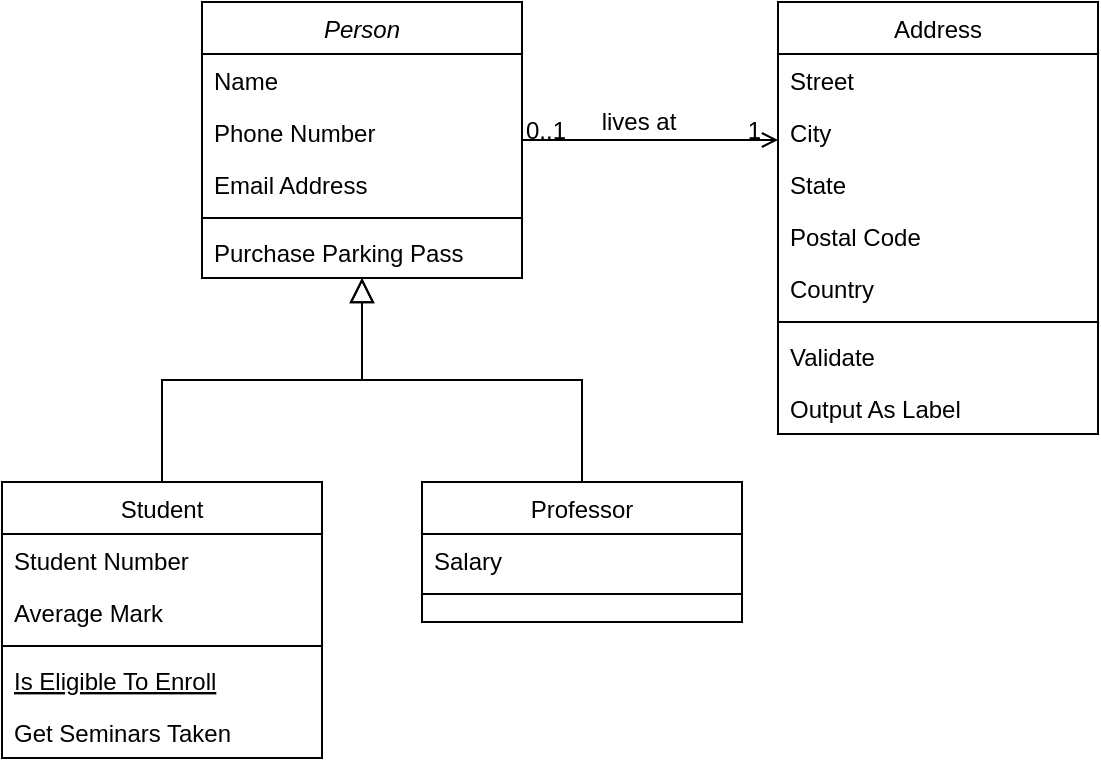
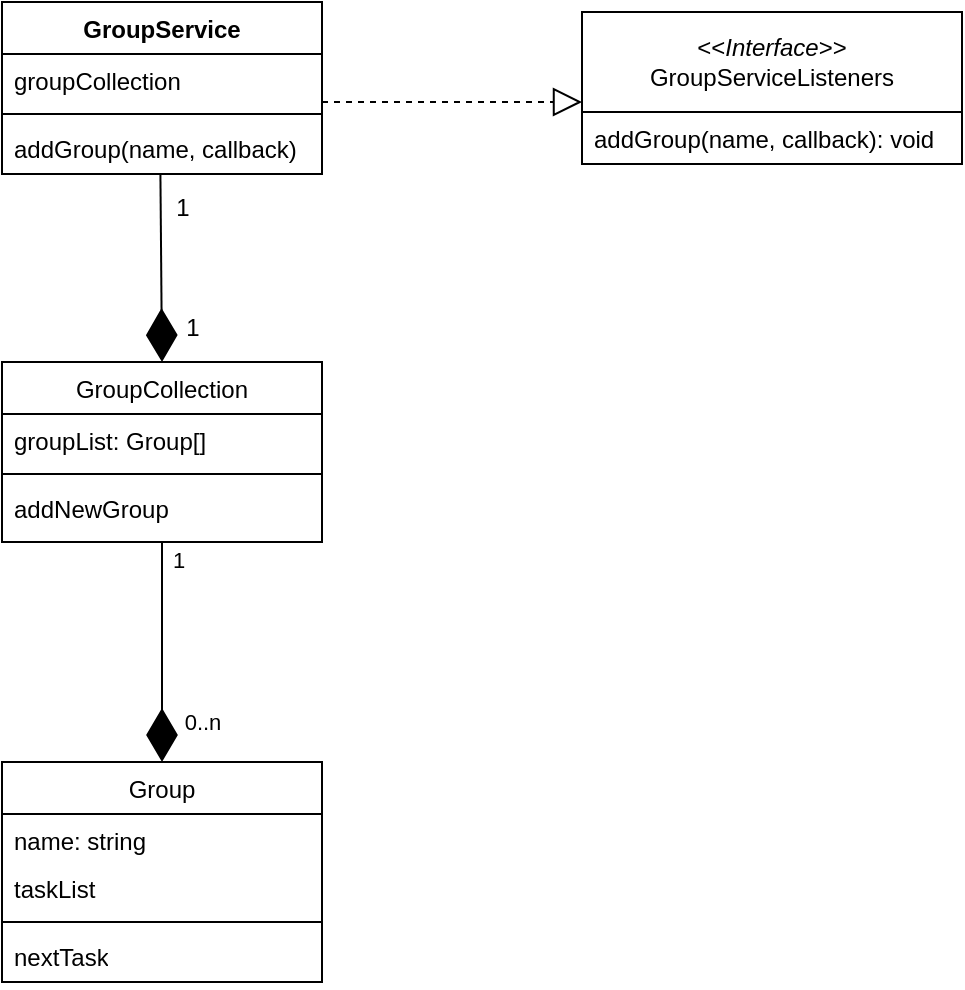
<mxfile host="app.diagrams.net" agent="Mozilla/5.0 (Windows NT 10.0; Win64; x64; rv:133.0) Gecko/20100101 Firefox/133.0" version="25.0.3">
  <diagram id="C5RBs43oDa-KdzZeNtuy" name="Page-1">
-     <mxGraphModel dx="1223" dy="871" grid="1" gridSize="10" guides="1" tooltips="1" connect="1" arrows="1" fold="1" page="1" pageScale="1" pageWidth="827" pageHeight="1169" math="0" shadow="0">
+     <mxGraphModel dx="1059" dy="615" grid="1" gridSize="10" guides="1" tooltips="1" connect="1" arrows="1" fold="1" page="1" pageScale="1" pageWidth="827" pageHeight="1169" math="0" shadow="0">
      <root>
        <mxCell id="WIyWlLk6GJQsqaUBKTNV-0" />
        <mxCell id="WIyWlLk6GJQsqaUBKTNV-1" parent="WIyWlLk6GJQsqaUBKTNV-0" />
-         <mxCell id="zkfFHV4jXpPFQw0GAbJ--0" value="Person" style="swimlane;fontStyle=2;align=center;verticalAlign=top;childLayout=stackLayout;horizontal=1;startSize=26;horizontalStack=0;resizeParent=1;resizeLast=0;collapsible=1;marginBottom=0;rounded=0;shadow=0;strokeWidth=1;" parent="WIyWlLk6GJQsqaUBKTNV-1" vertex="1">
-           <mxGeometry x="220" y="120" width="160" height="138" as="geometry">
-             <mxRectangle x="230" y="140" width="160" height="26" as="alternateBounds" />
-           </mxGeometry>
-         </mxCell>
-         <mxCell id="zkfFHV4jXpPFQw0GAbJ--1" value="Name" style="text;align=left;verticalAlign=top;spacingLeft=4;spacingRight=4;overflow=hidden;rotatable=0;points=[[0,0.5],[1,0.5]];portConstraint=eastwest;" parent="zkfFHV4jXpPFQw0GAbJ--0" vertex="1">
-           <mxGeometry y="26" width="160" height="26" as="geometry" />
-         </mxCell>
-         <mxCell id="zkfFHV4jXpPFQw0GAbJ--2" value="Phone Number" style="text;align=left;verticalAlign=top;spacingLeft=4;spacingRight=4;overflow=hidden;rotatable=0;points=[[0,0.5],[1,0.5]];portConstraint=eastwest;rounded=0;shadow=0;html=0;" parent="zkfFHV4jXpPFQw0GAbJ--0" vertex="1">
-           <mxGeometry y="52" width="160" height="26" as="geometry" />
-         </mxCell>
-         <mxCell id="zkfFHV4jXpPFQw0GAbJ--3" value="Email Address" style="text;align=left;verticalAlign=top;spacingLeft=4;spacingRight=4;overflow=hidden;rotatable=0;points=[[0,0.5],[1,0.5]];portConstraint=eastwest;rounded=0;shadow=0;html=0;" parent="zkfFHV4jXpPFQw0GAbJ--0" vertex="1">
-           <mxGeometry y="78" width="160" height="26" as="geometry" />
-         </mxCell>
-         <mxCell id="zkfFHV4jXpPFQw0GAbJ--4" value="" style="line;html=1;strokeWidth=1;align=left;verticalAlign=middle;spacingTop=-1;spacingLeft=3;spacingRight=3;rotatable=0;labelPosition=right;points=[];portConstraint=eastwest;" parent="zkfFHV4jXpPFQw0GAbJ--0" vertex="1">
-           <mxGeometry y="104" width="160" height="8" as="geometry" />
-         </mxCell>
-         <mxCell id="zkfFHV4jXpPFQw0GAbJ--5" value="Purchase Parking Pass" style="text;align=left;verticalAlign=top;spacingLeft=4;spacingRight=4;overflow=hidden;rotatable=0;points=[[0,0.5],[1,0.5]];portConstraint=eastwest;" parent="zkfFHV4jXpPFQw0GAbJ--0" vertex="1">
-           <mxGeometry y="112" width="160" height="26" as="geometry" />
-         </mxCell>
-         <mxCell id="zkfFHV4jXpPFQw0GAbJ--6" value="Student" style="swimlane;fontStyle=0;align=center;verticalAlign=top;childLayout=stackLayout;horizontal=1;startSize=26;horizontalStack=0;resizeParent=1;resizeLast=0;collapsible=1;marginBottom=0;rounded=0;shadow=0;strokeWidth=1;" parent="WIyWlLk6GJQsqaUBKTNV-1" vertex="1">
-           <mxGeometry x="120" y="360" width="160" height="138" as="geometry">
+         <mxCell id="zkfFHV4jXpPFQw0GAbJ--6" value="GroupCollection" style="swimlane;fontStyle=0;align=center;verticalAlign=top;childLayout=stackLayout;horizontal=1;startSize=26;horizontalStack=0;resizeParent=1;resizeLast=0;collapsible=1;marginBottom=0;rounded=0;shadow=0;strokeWidth=1;" parent="WIyWlLk6GJQsqaUBKTNV-1" vertex="1">
+           <mxGeometry x="80" y="220" width="160" height="90" as="geometry">
            <mxRectangle x="130" y="380" width="160" height="26" as="alternateBounds" />
          </mxGeometry>
        </mxCell>
-         <mxCell id="zkfFHV4jXpPFQw0GAbJ--7" value="Student Number" style="text;align=left;verticalAlign=top;spacingLeft=4;spacingRight=4;overflow=hidden;rotatable=0;points=[[0,0.5],[1,0.5]];portConstraint=eastwest;" parent="zkfFHV4jXpPFQw0GAbJ--6" vertex="1">
+         <mxCell id="zkfFHV4jXpPFQw0GAbJ--8" value="groupList: Group[]" style="text;align=left;verticalAlign=top;spacingLeft=4;spacingRight=4;overflow=hidden;rotatable=0;points=[[0,0.5],[1,0.5]];portConstraint=eastwest;rounded=0;shadow=0;html=0;" parent="zkfFHV4jXpPFQw0GAbJ--6" vertex="1">
          <mxGeometry y="26" width="160" height="26" as="geometry" />
        </mxCell>
-         <mxCell id="zkfFHV4jXpPFQw0GAbJ--8" value="Average Mark" style="text;align=left;verticalAlign=top;spacingLeft=4;spacingRight=4;overflow=hidden;rotatable=0;points=[[0,0.5],[1,0.5]];portConstraint=eastwest;rounded=0;shadow=0;html=0;" parent="zkfFHV4jXpPFQw0GAbJ--6" vertex="1">
-           <mxGeometry y="52" width="160" height="26" as="geometry" />
+         <mxCell id="zkfFHV4jXpPFQw0GAbJ--9" value="" style="line;html=1;strokeWidth=1;align=left;verticalAlign=middle;spacingTop=-1;spacingLeft=3;spacingRight=3;rotatable=0;labelPosition=right;points=[];portConstraint=eastwest;" parent="zkfFHV4jXpPFQw0GAbJ--6" vertex="1">
+           <mxGeometry y="52" width="160" height="8" as="geometry" />
        </mxCell>
-         <mxCell id="zkfFHV4jXpPFQw0GAbJ--9" value="" style="line;html=1;strokeWidth=1;align=left;verticalAlign=middle;spacingTop=-1;spacingLeft=3;spacingRight=3;rotatable=0;labelPosition=right;points=[];portConstraint=eastwest;" parent="zkfFHV4jXpPFQw0GAbJ--6" vertex="1">
-           <mxGeometry y="78" width="160" height="8" as="geometry" />
+         <mxCell id="zkfFHV4jXpPFQw0GAbJ--10" value="addNewGroup" style="text;align=left;verticalAlign=top;spacingLeft=4;spacingRight=4;overflow=hidden;rotatable=0;points=[[0,0.5],[1,0.5]];portConstraint=eastwest;fontStyle=0" parent="zkfFHV4jXpPFQw0GAbJ--6" vertex="1">
+           <mxGeometry y="60" width="160" height="26" as="geometry" />
        </mxCell>
-         <mxCell id="zkfFHV4jXpPFQw0GAbJ--10" value="Is Eligible To Enroll" style="text;align=left;verticalAlign=top;spacingLeft=4;spacingRight=4;overflow=hidden;rotatable=0;points=[[0,0.5],[1,0.5]];portConstraint=eastwest;fontStyle=4" parent="zkfFHV4jXpPFQw0GAbJ--6" vertex="1">
-           <mxGeometry y="86" width="160" height="26" as="geometry" />
-         </mxCell>
-         <mxCell id="zkfFHV4jXpPFQw0GAbJ--11" value="Get Seminars Taken" style="text;align=left;verticalAlign=top;spacingLeft=4;spacingRight=4;overflow=hidden;rotatable=0;points=[[0,0.5],[1,0.5]];portConstraint=eastwest;" parent="zkfFHV4jXpPFQw0GAbJ--6" vertex="1">
-           <mxGeometry y="112" width="160" height="26" as="geometry" />
-         </mxCell>
-         <mxCell id="zkfFHV4jXpPFQw0GAbJ--12" value="" style="endArrow=block;endSize=10;endFill=0;shadow=0;strokeWidth=1;rounded=0;curved=0;edgeStyle=elbowEdgeStyle;elbow=vertical;" parent="WIyWlLk6GJQsqaUBKTNV-1" source="zkfFHV4jXpPFQw0GAbJ--6" target="zkfFHV4jXpPFQw0GAbJ--0" edge="1">
-           <mxGeometry width="160" relative="1" as="geometry">
-             <mxPoint x="200" y="203" as="sourcePoint" />
-             <mxPoint x="200" y="203" as="targetPoint" />
-           </mxGeometry>
-         </mxCell>
-         <mxCell id="zkfFHV4jXpPFQw0GAbJ--13" value="Professor" style="swimlane;fontStyle=0;align=center;verticalAlign=top;childLayout=stackLayout;horizontal=1;startSize=26;horizontalStack=0;resizeParent=1;resizeLast=0;collapsible=1;marginBottom=0;rounded=0;shadow=0;strokeWidth=1;" parent="WIyWlLk6GJQsqaUBKTNV-1" vertex="1">
-           <mxGeometry x="330" y="360" width="160" height="70" as="geometry">
+         <mxCell id="zkfFHV4jXpPFQw0GAbJ--13" value="Group" style="swimlane;fontStyle=0;align=center;verticalAlign=top;childLayout=stackLayout;horizontal=1;startSize=26;horizontalStack=0;resizeParent=1;resizeLast=0;collapsible=1;marginBottom=0;rounded=0;shadow=0;strokeWidth=1;" parent="WIyWlLk6GJQsqaUBKTNV-1" vertex="1">
+           <mxGeometry x="80" y="420" width="160" height="110" as="geometry">
            <mxRectangle x="340" y="380" width="170" height="26" as="alternateBounds" />
          </mxGeometry>
        </mxCell>
-         <mxCell id="zkfFHV4jXpPFQw0GAbJ--14" value="Salary" style="text;align=left;verticalAlign=top;spacingLeft=4;spacingRight=4;overflow=hidden;rotatable=0;points=[[0,0.5],[1,0.5]];portConstraint=eastwest;" parent="zkfFHV4jXpPFQw0GAbJ--13" vertex="1">
+         <mxCell id="zkfFHV4jXpPFQw0GAbJ--14" value="name: string" style="text;align=left;verticalAlign=top;spacingLeft=4;spacingRight=4;overflow=hidden;rotatable=0;points=[[0,0.5],[1,0.5]];portConstraint=eastwest;" parent="zkfFHV4jXpPFQw0GAbJ--13" vertex="1">
+           <mxGeometry y="26" width="160" height="24" as="geometry" />
+         </mxCell>
+         <mxCell id="2PPdx7-YqYG3QhNQI_HN-6" value="taskList" style="text;strokeColor=none;fillColor=none;align=left;verticalAlign=top;spacingLeft=4;spacingRight=4;overflow=hidden;rotatable=0;points=[[0,0.5],[1,0.5]];portConstraint=eastwest;whiteSpace=wrap;html=1;" vertex="1" parent="zkfFHV4jXpPFQw0GAbJ--13">
+           <mxGeometry y="50" width="160" height="26" as="geometry" />
+         </mxCell>
+         <mxCell id="zkfFHV4jXpPFQw0GAbJ--15" value="" style="line;html=1;strokeWidth=1;align=left;verticalAlign=middle;spacingTop=-1;spacingLeft=3;spacingRight=3;rotatable=0;labelPosition=right;points=[];portConstraint=eastwest;" parent="zkfFHV4jXpPFQw0GAbJ--13" vertex="1">
+           <mxGeometry y="76" width="160" height="8" as="geometry" />
+         </mxCell>
+         <mxCell id="2PPdx7-YqYG3QhNQI_HN-9" value="nextTask" style="text;strokeColor=none;fillColor=none;align=left;verticalAlign=top;spacingLeft=4;spacingRight=4;overflow=hidden;rotatable=0;points=[[0,0.5],[1,0.5]];portConstraint=eastwest;whiteSpace=wrap;html=1;" vertex="1" parent="zkfFHV4jXpPFQw0GAbJ--13">
+           <mxGeometry y="84" width="160" height="26" as="geometry" />
+         </mxCell>
+         <mxCell id="2PPdx7-YqYG3QhNQI_HN-14" value="GroupService" style="swimlane;fontStyle=1;align=center;verticalAlign=top;childLayout=stackLayout;horizontal=1;startSize=26;horizontalStack=0;resizeParent=1;resizeParentMax=0;resizeLast=0;collapsible=1;marginBottom=0;whiteSpace=wrap;html=1;" vertex="1" parent="WIyWlLk6GJQsqaUBKTNV-1">
+           <mxGeometry x="80" y="40" width="160" height="86" as="geometry" />
+         </mxCell>
+         <mxCell id="2PPdx7-YqYG3QhNQI_HN-15" value="groupCollection" style="text;strokeColor=none;fillColor=none;align=left;verticalAlign=top;spacingLeft=4;spacingRight=4;overflow=hidden;rotatable=0;points=[[0,0.5],[1,0.5]];portConstraint=eastwest;whiteSpace=wrap;html=1;" vertex="1" parent="2PPdx7-YqYG3QhNQI_HN-14">
          <mxGeometry y="26" width="160" height="26" as="geometry" />
        </mxCell>
-         <mxCell id="zkfFHV4jXpPFQw0GAbJ--15" value="" style="line;html=1;strokeWidth=1;align=left;verticalAlign=middle;spacingTop=-1;spacingLeft=3;spacingRight=3;rotatable=0;labelPosition=right;points=[];portConstraint=eastwest;" parent="zkfFHV4jXpPFQw0GAbJ--13" vertex="1">
+         <mxCell id="2PPdx7-YqYG3QhNQI_HN-16" value="" style="line;strokeWidth=1;fillColor=none;align=left;verticalAlign=middle;spacingTop=-1;spacingLeft=3;spacingRight=3;rotatable=0;labelPosition=right;points=[];portConstraint=eastwest;strokeColor=inherit;" vertex="1" parent="2PPdx7-YqYG3QhNQI_HN-14">
          <mxGeometry y="52" width="160" height="8" as="geometry" />
        </mxCell>
-         <mxCell id="zkfFHV4jXpPFQw0GAbJ--16" value="" style="endArrow=block;endSize=10;endFill=0;shadow=0;strokeWidth=1;rounded=0;curved=0;edgeStyle=elbowEdgeStyle;elbow=vertical;" parent="WIyWlLk6GJQsqaUBKTNV-1" source="zkfFHV4jXpPFQw0GAbJ--13" target="zkfFHV4jXpPFQw0GAbJ--0" edge="1">
+         <mxCell id="2PPdx7-YqYG3QhNQI_HN-17" value="addGroup(name, callback)" style="text;strokeColor=none;fillColor=none;align=left;verticalAlign=top;spacingLeft=4;spacingRight=4;overflow=hidden;rotatable=0;points=[[0,0.5],[1,0.5]];portConstraint=eastwest;whiteSpace=wrap;html=1;" vertex="1" parent="2PPdx7-YqYG3QhNQI_HN-14">
+           <mxGeometry y="60" width="160" height="26" as="geometry" />
+         </mxCell>
+         <mxCell id="2PPdx7-YqYG3QhNQI_HN-3" value="" style="endArrow=diamondThin;endFill=1;endSize=24;html=1;rounded=0;entryX=0.5;entryY=0;entryDx=0;entryDy=0;" edge="1" parent="WIyWlLk6GJQsqaUBKTNV-1" target="zkfFHV4jXpPFQw0GAbJ--13">
          <mxGeometry width="160" relative="1" as="geometry">
-             <mxPoint x="210" y="373" as="sourcePoint" />
-             <mxPoint x="310" y="271" as="targetPoint" />
+             <mxPoint x="160" y="310" as="sourcePoint" />
+             <mxPoint x="400" y="290" as="targetPoint" />
          </mxGeometry>
        </mxCell>
-         <mxCell id="zkfFHV4jXpPFQw0GAbJ--17" value="Address" style="swimlane;fontStyle=0;align=center;verticalAlign=top;childLayout=stackLayout;horizontal=1;startSize=26;horizontalStack=0;resizeParent=1;resizeLast=0;collapsible=1;marginBottom=0;rounded=0;shadow=0;strokeWidth=1;" parent="WIyWlLk6GJQsqaUBKTNV-1" vertex="1">
-           <mxGeometry x="508" y="120" width="160" height="216" as="geometry">
-             <mxRectangle x="550" y="140" width="160" height="26" as="alternateBounds" />
+         <mxCell id="2PPdx7-YqYG3QhNQI_HN-4" value="1" style="edgeLabel;html=1;align=center;verticalAlign=middle;resizable=0;points=[];" vertex="1" connectable="0" parent="2PPdx7-YqYG3QhNQI_HN-3">
+           <mxGeometry x="-0.7157" y="3" relative="1" as="geometry">
+             <mxPoint x="5" y="-7" as="offset" />
          </mxGeometry>
        </mxCell>
-         <mxCell id="zkfFHV4jXpPFQw0GAbJ--18" value="Street" style="text;align=left;verticalAlign=top;spacingLeft=4;spacingRight=4;overflow=hidden;rotatable=0;points=[[0,0.5],[1,0.5]];portConstraint=eastwest;" parent="zkfFHV4jXpPFQw0GAbJ--17" vertex="1">
-           <mxGeometry y="26" width="160" height="26" as="geometry" />
-         </mxCell>
-         <mxCell id="zkfFHV4jXpPFQw0GAbJ--19" value="City" style="text;align=left;verticalAlign=top;spacingLeft=4;spacingRight=4;overflow=hidden;rotatable=0;points=[[0,0.5],[1,0.5]];portConstraint=eastwest;rounded=0;shadow=0;html=0;" parent="zkfFHV4jXpPFQw0GAbJ--17" vertex="1">
-           <mxGeometry y="52" width="160" height="26" as="geometry" />
-         </mxCell>
-         <mxCell id="zkfFHV4jXpPFQw0GAbJ--20" value="State" style="text;align=left;verticalAlign=top;spacingLeft=4;spacingRight=4;overflow=hidden;rotatable=0;points=[[0,0.5],[1,0.5]];portConstraint=eastwest;rounded=0;shadow=0;html=0;" parent="zkfFHV4jXpPFQw0GAbJ--17" vertex="1">
-           <mxGeometry y="78" width="160" height="26" as="geometry" />
-         </mxCell>
-         <mxCell id="zkfFHV4jXpPFQw0GAbJ--21" value="Postal Code" style="text;align=left;verticalAlign=top;spacingLeft=4;spacingRight=4;overflow=hidden;rotatable=0;points=[[0,0.5],[1,0.5]];portConstraint=eastwest;rounded=0;shadow=0;html=0;" parent="zkfFHV4jXpPFQw0GAbJ--17" vertex="1">
-           <mxGeometry y="104" width="160" height="26" as="geometry" />
-         </mxCell>
-         <mxCell id="zkfFHV4jXpPFQw0GAbJ--22" value="Country" style="text;align=left;verticalAlign=top;spacingLeft=4;spacingRight=4;overflow=hidden;rotatable=0;points=[[0,0.5],[1,0.5]];portConstraint=eastwest;rounded=0;shadow=0;html=0;" parent="zkfFHV4jXpPFQw0GAbJ--17" vertex="1">
-           <mxGeometry y="130" width="160" height="26" as="geometry" />
-         </mxCell>
-         <mxCell id="zkfFHV4jXpPFQw0GAbJ--23" value="" style="line;html=1;strokeWidth=1;align=left;verticalAlign=middle;spacingTop=-1;spacingLeft=3;spacingRight=3;rotatable=0;labelPosition=right;points=[];portConstraint=eastwest;" parent="zkfFHV4jXpPFQw0GAbJ--17" vertex="1">
-           <mxGeometry y="156" width="160" height="8" as="geometry" />
-         </mxCell>
-         <mxCell id="zkfFHV4jXpPFQw0GAbJ--24" value="Validate" style="text;align=left;verticalAlign=top;spacingLeft=4;spacingRight=4;overflow=hidden;rotatable=0;points=[[0,0.5],[1,0.5]];portConstraint=eastwest;" parent="zkfFHV4jXpPFQw0GAbJ--17" vertex="1">
-           <mxGeometry y="164" width="160" height="26" as="geometry" />
-         </mxCell>
-         <mxCell id="zkfFHV4jXpPFQw0GAbJ--25" value="Output As Label" style="text;align=left;verticalAlign=top;spacingLeft=4;spacingRight=4;overflow=hidden;rotatable=0;points=[[0,0.5],[1,0.5]];portConstraint=eastwest;" parent="zkfFHV4jXpPFQw0GAbJ--17" vertex="1">
-           <mxGeometry y="190" width="160" height="26" as="geometry" />
-         </mxCell>
-         <mxCell id="zkfFHV4jXpPFQw0GAbJ--26" value="" style="endArrow=open;shadow=0;strokeWidth=1;rounded=0;curved=0;endFill=1;edgeStyle=elbowEdgeStyle;elbow=vertical;" parent="WIyWlLk6GJQsqaUBKTNV-1" source="zkfFHV4jXpPFQw0GAbJ--0" target="zkfFHV4jXpPFQw0GAbJ--17" edge="1">
-           <mxGeometry x="0.5" y="41" relative="1" as="geometry">
-             <mxPoint x="380" y="192" as="sourcePoint" />
-             <mxPoint x="540" y="192" as="targetPoint" />
-             <mxPoint x="-40" y="32" as="offset" />
+         <mxCell id="2PPdx7-YqYG3QhNQI_HN-5" value="0..n" style="edgeLabel;html=1;align=center;verticalAlign=middle;resizable=0;points=[];" vertex="1" connectable="0" parent="2PPdx7-YqYG3QhNQI_HN-3">
+           <mxGeometry x="0.6503" y="1" relative="1" as="geometry">
+             <mxPoint x="19" y="-1" as="offset" />
          </mxGeometry>
        </mxCell>
-         <mxCell id="zkfFHV4jXpPFQw0GAbJ--27" value="0..1" style="resizable=0;align=left;verticalAlign=bottom;labelBackgroundColor=none;fontSize=12;" parent="zkfFHV4jXpPFQw0GAbJ--26" connectable="0" vertex="1">
-           <mxGeometry x="-1" relative="1" as="geometry">
-             <mxPoint y="4" as="offset" />
+         <mxCell id="2PPdx7-YqYG3QhNQI_HN-19" value="" style="endArrow=diamondThin;endFill=1;endSize=24;html=1;rounded=0;exitX=0.495;exitY=0.982;exitDx=0;exitDy=0;exitPerimeter=0;entryX=0.5;entryY=0;entryDx=0;entryDy=0;" edge="1" parent="WIyWlLk6GJQsqaUBKTNV-1" source="2PPdx7-YqYG3QhNQI_HN-17" target="zkfFHV4jXpPFQw0GAbJ--6">
+           <mxGeometry width="160" relative="1" as="geometry">
+             <mxPoint x="100" y="190" as="sourcePoint" />
+             <mxPoint x="260" y="190" as="targetPoint" />
          </mxGeometry>
        </mxCell>
-         <mxCell id="zkfFHV4jXpPFQw0GAbJ--28" value="1" style="resizable=0;align=right;verticalAlign=bottom;labelBackgroundColor=none;fontSize=12;" parent="zkfFHV4jXpPFQw0GAbJ--26" connectable="0" vertex="1">
-           <mxGeometry x="1" relative="1" as="geometry">
-             <mxPoint x="-7" y="4" as="offset" />
-           </mxGeometry>
+         <mxCell id="2PPdx7-YqYG3QhNQI_HN-20" value="1" style="text;html=1;align=center;verticalAlign=middle;resizable=0;points=[];autosize=1;strokeColor=none;fillColor=none;" vertex="1" parent="WIyWlLk6GJQsqaUBKTNV-1">
+           <mxGeometry x="155" y="128" width="30" height="30" as="geometry" />
        </mxCell>
-         <mxCell id="zkfFHV4jXpPFQw0GAbJ--29" value="lives at" style="text;html=1;resizable=0;points=[];;align=center;verticalAlign=middle;labelBackgroundColor=none;rounded=0;shadow=0;strokeWidth=1;fontSize=12;" parent="zkfFHV4jXpPFQw0GAbJ--26" vertex="1" connectable="0">
-           <mxGeometry x="0.5" y="49" relative="1" as="geometry">
-             <mxPoint x="-38" y="40" as="offset" />
+         <mxCell id="2PPdx7-YqYG3QhNQI_HN-21" value="1" style="text;html=1;align=center;verticalAlign=middle;resizable=0;points=[];autosize=1;strokeColor=none;fillColor=none;" vertex="1" parent="WIyWlLk6GJQsqaUBKTNV-1">
+           <mxGeometry x="160" y="188" width="30" height="30" as="geometry" />
+         </mxCell>
+         <mxCell id="2PPdx7-YqYG3QhNQI_HN-24" value="&lt;div&gt;&amp;lt;&amp;lt;&lt;i&gt;Interface&lt;/i&gt;&amp;gt;&amp;gt;&lt;br&gt;&lt;/div&gt;&lt;div&gt;GroupServiceListeners&lt;/div&gt;" style="swimlane;fontStyle=0;childLayout=stackLayout;horizontal=1;startSize=50;fillColor=none;horizontalStack=0;resizeParent=1;resizeParentMax=0;resizeLast=0;collapsible=1;marginBottom=0;whiteSpace=wrap;html=1;" vertex="1" parent="WIyWlLk6GJQsqaUBKTNV-1">
+           <mxGeometry x="370" y="45" width="190" height="76" as="geometry" />
+         </mxCell>
+         <mxCell id="2PPdx7-YqYG3QhNQI_HN-28" value="addGroup(name, callback): void" style="text;strokeColor=none;fillColor=none;align=left;verticalAlign=top;spacingLeft=4;spacingRight=4;overflow=hidden;rotatable=0;points=[[0,0.5],[1,0.5]];portConstraint=eastwest;whiteSpace=wrap;html=1;" vertex="1" parent="2PPdx7-YqYG3QhNQI_HN-24">
+           <mxGeometry y="50" width="190" height="26" as="geometry" />
+         </mxCell>
+         <mxCell id="2PPdx7-YqYG3QhNQI_HN-29" value="" style="endArrow=block;dashed=1;endFill=0;endSize=12;html=1;rounded=0;" edge="1" parent="WIyWlLk6GJQsqaUBKTNV-1">
+           <mxGeometry width="160" relative="1" as="geometry">
+             <mxPoint x="240" y="90" as="sourcePoint" />
+             <mxPoint x="370" y="90" as="targetPoint" />
          </mxGeometry>
        </mxCell>
      </root>
    </mxGraphModel>
  </diagram>
</mxfile>
